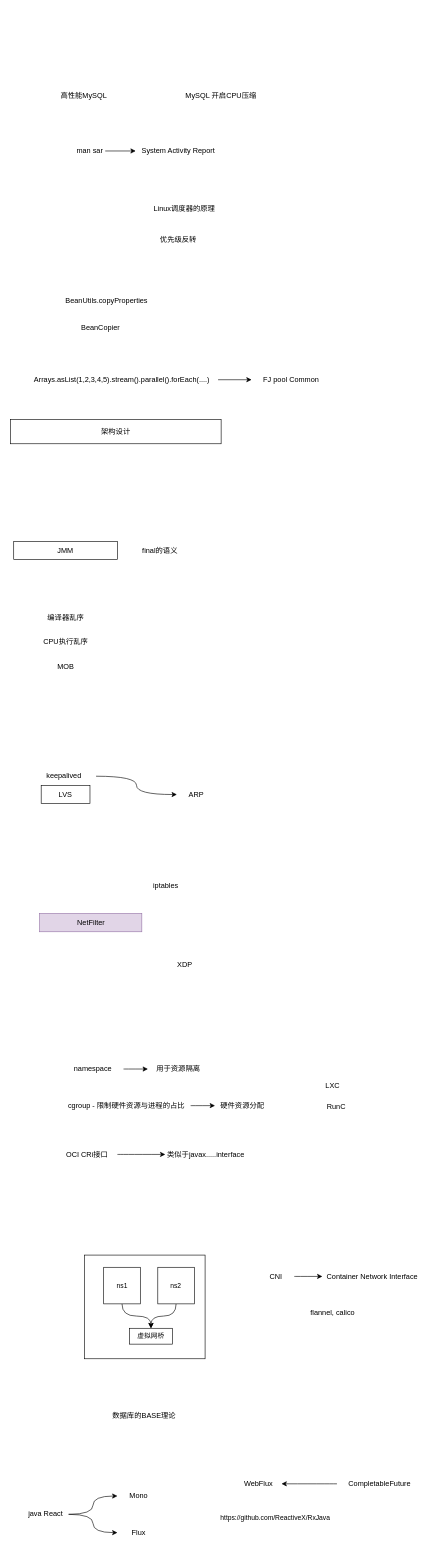
The draw.io diagram Trick.drawio in haoboliu66/Diagram, before the edit. Source tidied: cells renumbered, new cells numbered last; positions are measured from the earlier drawing's top-left corner, leaving out a move shared by most shapes. Both pictures are drawn from the tidied source at 61%, with x=0, y=0 at pixel (10, 87).
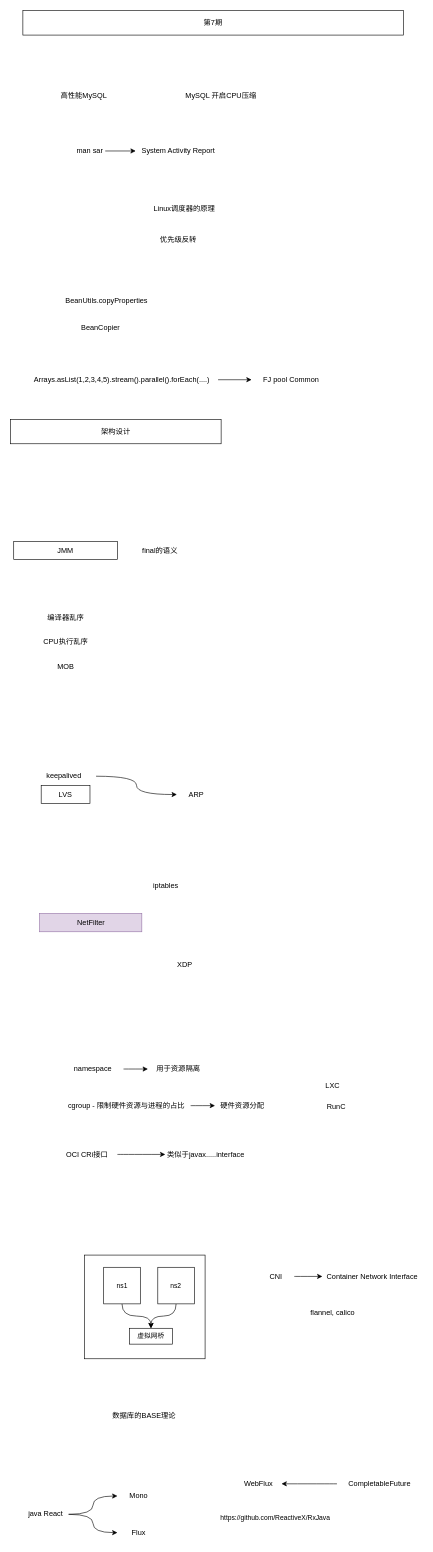
After the change.

Diff of the diagram source:
```diff
@@
+    <mxCell id="58" value="第7期" style="rounded=0;whiteSpace=wrap;html=1;" parent="1" vertex="1">
+      <mxGeometry x="20" y="-125" width="624" height="40" as="geometry" />
+    </mxCell>
```
